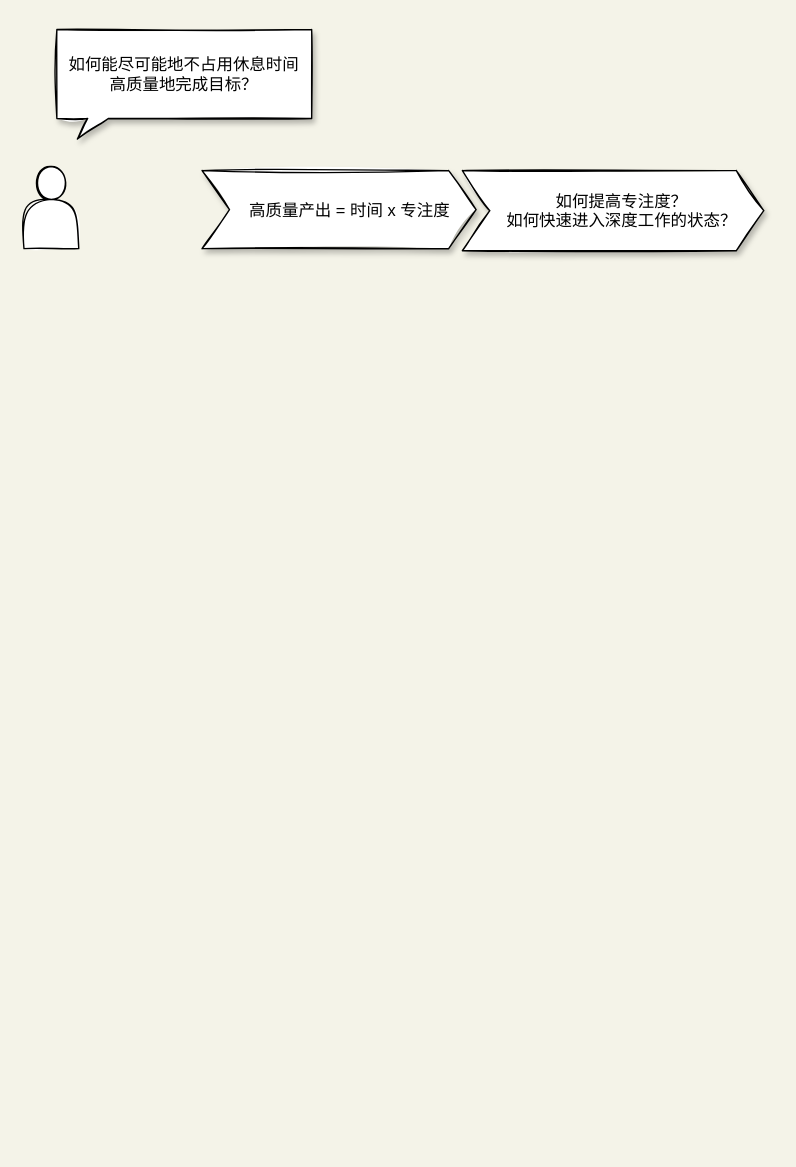
Before: pictures/深度工作/thought.drawio in boxtsecond/draw, a draw.io diagram. Source tidied: cells renumbered, new cells numbered last; positions are measured from the earlier drawing's top-left corner, leaving out a move shared by most shapes. Both pictures are drawn from the tidied source at 137%, with x=0, y=0 at pixel (23, 29).
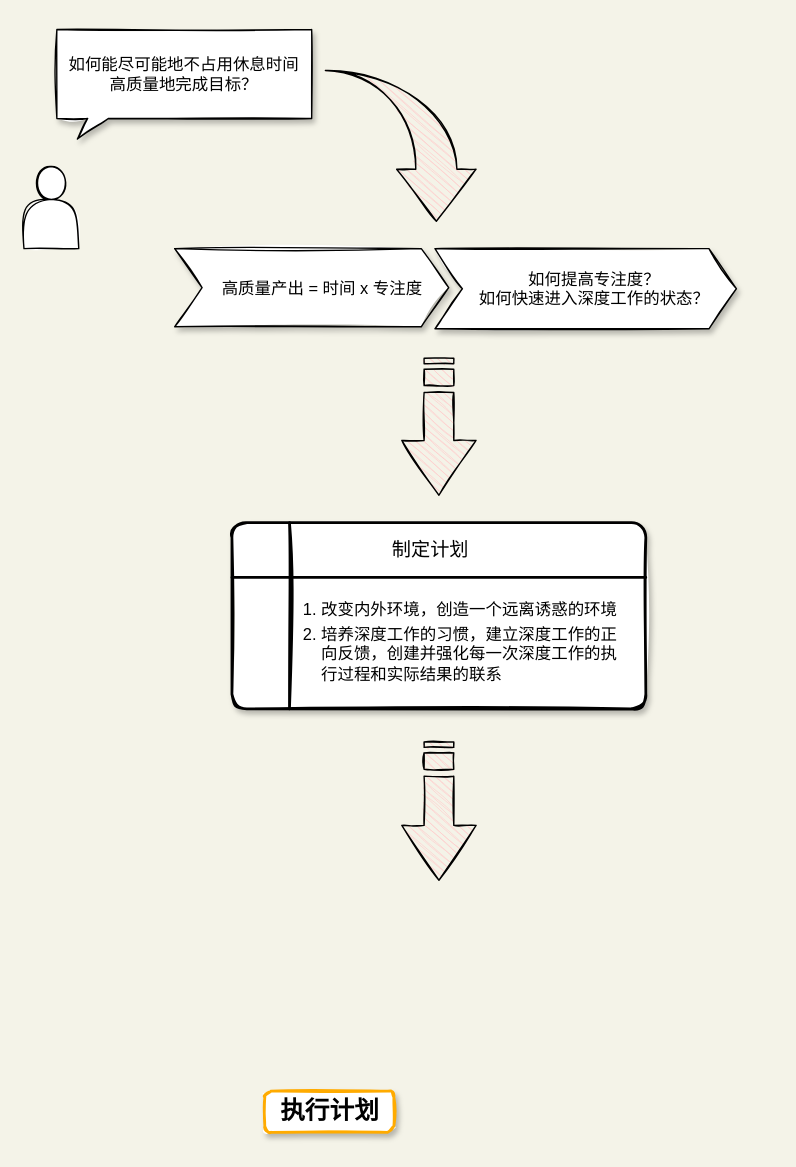
After the change.

Diff of the diagram source:
```diff
@@
 <mxGraphModel background="#F4F3E8">
   <root>
     <mxCell id="0" />
     <mxCell id="1" parent="0" />
     <mxCell id="2" style="shape=actor;whiteSpace=wrap;html=1;sketch=1;rounded=1;" parent="1" vertex="1">
       <mxGeometry y="100" width="40" height="60" as="geometry" />
     </mxCell>
     <mxCell id="3" value="如何能尽可能地不占用休息时间高质量地完成目标？" style="whiteSpace=wrap;html=1;shape=mxgraph.basic.rectCallout;dx=30;dy=15;boundedLbl=1;shadow=1;spacingLeft=6;spacingRight=6;sketch=1;rounded=1;" parent="1" vertex="1">
       <mxGeometry x="24" width="186" height="80" as="geometry" />
     </mxCell>
     <mxCell id="4" value="高质量产出 = 时间 x 专注度" style="shape=step;perimeter=stepPerimeter;fixedSize=1;sketch=1;rounded=0;shadow=1;spacingLeft=16;" parent="1" vertex="1">
-      <mxGeometry x="130" y="103" width="200" height="57" as="geometry" />
+      <mxGeometry x="110" y="160" width="200" height="57" as="geometry" />
     </mxCell>
     <mxCell id="5" value="如何提高专注度？&#10;如何快速进入深度工作的状态？" style="shape=step;perimeter=stepPerimeter;fixedSize=1;sketch=1;rounded=0;shadow=1;spacingLeft=13;" parent="1" vertex="1">
-      <mxGeometry x="320" y="103" width="220" height="58.5" as="geometry" />
+      <mxGeometry x="300" y="160" width="220" height="58.5" as="geometry" />
     </mxCell>
+    <mxCell id="6" style="html=1;shadow=0;dashed=0;align=center;verticalAlign=middle;shape=mxgraph.arrows2.stripedArrow;dy=0.6;dx=40;notch=25;rounded=0;sketch=1;fillColor=#FFCCCC;direction=south;" parent="1" vertex="1">
+      <mxGeometry x="275.8" y="240" width="54.2" height="100" as="geometry" />
+    </mxCell>
+    <mxCell id="7" style="html=1;shadow=0;dashed=0;align=center;verticalAlign=middle;shape=mxgraph.arrows2.jumpInArrow;dy=15;dx=38;arrowHead=58;rounded=0;sketch=1;fillColor=#FFCCCC;direction=south;" parent="1" vertex="1">
+      <mxGeometry x="220" y="30" width="110" height="110" as="geometry" />
+    </mxCell>
+    <mxCell id="8" style="html=1;shadow=0;dashed=0;align=center;verticalAlign=middle;shape=mxgraph.arrows2.stripedArrow;dy=0.6;dx=40;notch=25;rounded=0;sketch=1;fillColor=#FFCCCC;direction=south;" parent="1" vertex="1">
+      <mxGeometry x="275.8" y="520" width="54.2" height="101" as="geometry" />
+    </mxCell>
+    <mxCell id="9" style="group;" parent="1" vertex="1">
+      <mxGeometry x="151.8" y="360" width="302.1" height="136" as="geometry" />
+    </mxCell>
+    <mxCell id="10" value="&lt;span&gt;1. 改变内外环境，创造一个远离诱惑的环境&lt;/span&gt;&lt;br&gt;&lt;span&gt;&lt;br&gt;&lt;br&gt;&lt;/span&gt;" style="shape=internalStorage;whiteSpace=wrap;html=1;dx=42;dy=40;rounded=1;arcSize=8;strokeWidth=2;shadow=1;glass=0;sketch=1;align=left;spacingLeft=50;spacingTop=20;spacingRight=10;fillStyle=auto;fillColor=#FFFFFF;" parent="9" vertex="1">
+      <mxGeometry width="302.1" height="136" as="geometry" />
+    </mxCell>
+    <mxCell id="11" value="&lt;font style=&quot;font-size: 14px&quot;&gt;制定计划&lt;/font&gt;" style="text;html=1;strokeColor=none;fillColor=none;align=center;verticalAlign=middle;whiteSpace=wrap;rounded=0;shadow=1;glass=0;sketch=1;" parent="9" vertex="1">
+      <mxGeometry x="105" y="10" width="80" height="20" as="geometry" />
+    </mxCell>
+    <mxCell id="12" value="&lt;span&gt;2. 培养深度工作的习惯，建立深度工作的正&amp;nbsp; &lt;br&gt;&amp;nbsp; &amp;nbsp; 向反馈，创建并强化每一次深度工作的执&lt;br&gt;&amp;nbsp; &amp;nbsp; 行过程和实际结果的联系&lt;/span&gt;" style="text;html=1;strokeColor=none;fillColor=none;align=left;verticalAlign=middle;whiteSpace=wrap;rounded=0;shadow=1;glass=0;sketch=1;" parent="9" vertex="1">
+      <mxGeometry x="50.1" y="61" width="241" height="70" as="geometry" />
+    </mxCell>
+    <mxCell id="13" value="&lt;span style=&quot;color: rgb(0 , 0 , 0)&quot;&gt;&lt;font style=&quot;font-size: 18px&quot;&gt;执行计划&lt;/font&gt;&lt;/span&gt;" style="dashed=0;html=1;rounded=1;strokeColor=#FFAB00;fontSize=16;align=center;fontStyle=1;strokeWidth=2;fontColor=#42526E;shadow=1;glass=0;sketch=1;fillColor=#FFFFFF;gradientColor=none;" parent="1" vertex="1">
+      <mxGeometry x="175.8" y="775" width="94.2" height="30" as="geometry" />
+    </mxCell>
   </root>
 </mxGraphModel>
```
